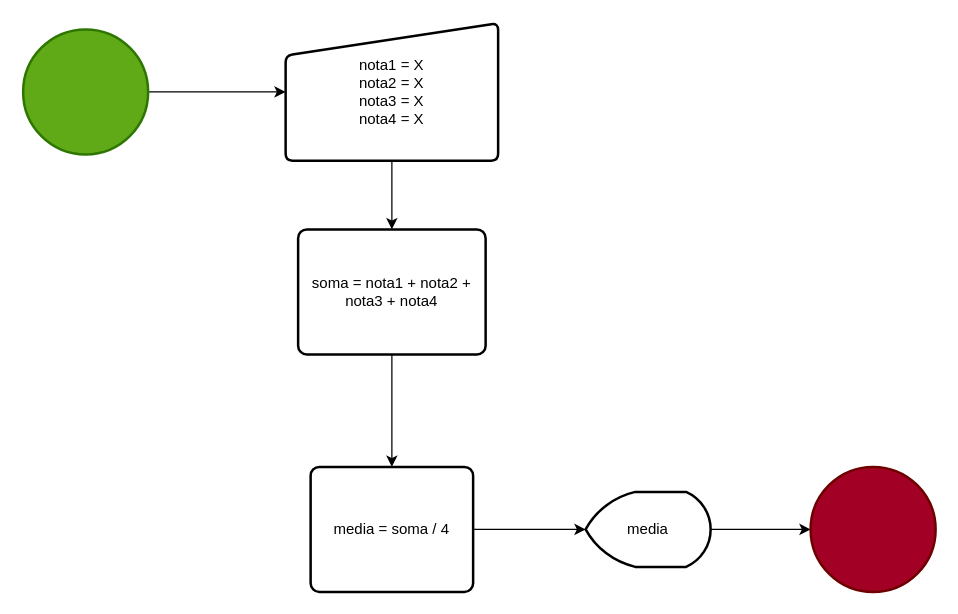
The draw.io diagram aulas/aula01/calculo_notas.drawio in aeciobrito/Logica-Programacao-Senac, before the edit. Source tidied: cells renumbered, new cells numbered last; positions are measured from the earlier drawing's top-left corner, leaving out a move shared by most shapes. Both pictures are drawn from the tidied source at 125%, with x=0, y=0 at pixel (22, 22).
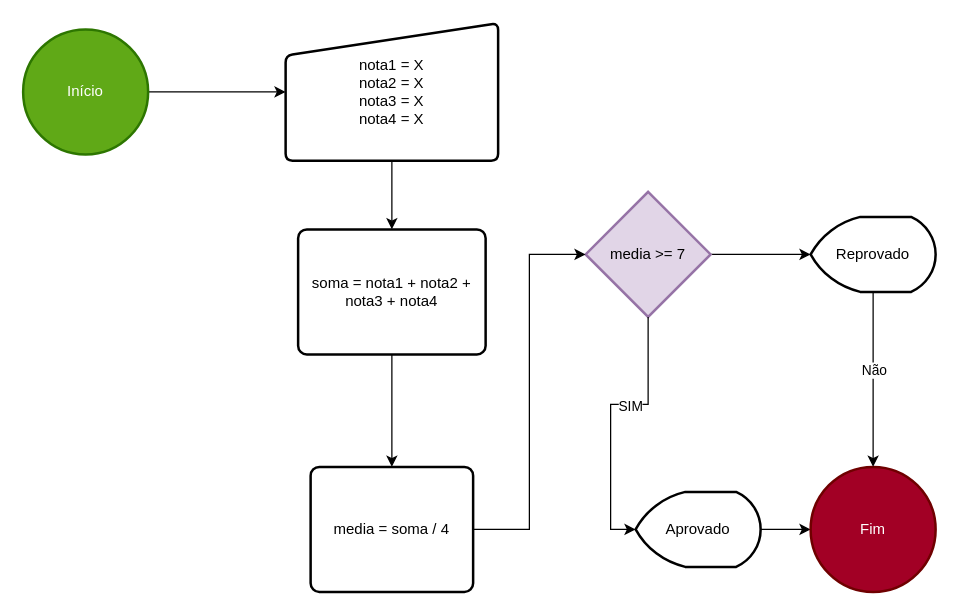
The same diagram, later.

Diff of the diagram source:
```diff
@@
 <mxGraphModel>
   <root>
     <mxCell id="0" />
     <mxCell id="1" parent="0" />
     <mxCell id="2" style="edgeStyle=none;html=1;entryX=0;entryY=0.5;entryDx=0;entryDy=0;" parent="1" edge="1" source="3" target="5">
       <mxGeometry relative="1" as="geometry" />
     </mxCell>
-    <mxCell id="3" style="strokeWidth=2;html=1;shape=mxgraph.flowchart.start_2;whiteSpace=wrap;fillColor=#60a917;fontColor=#ffffff;strokeColor=#2D7600;" parent="1" vertex="1">
+    <mxCell id="3" value="Início" style="strokeWidth=2;html=1;shape=mxgraph.flowchart.start_2;whiteSpace=wrap;fillColor=#60a917;fontColor=#ffffff;strokeColor=#2D7600;" parent="1" vertex="1">
       <mxGeometry y="5" width="100" height="100" as="geometry" />
     </mxCell>
     <mxCell id="4" style="edgeStyle=none;html=1;entryX=0.5;entryY=0;entryDx=0;entryDy=0;" parent="1" edge="1" source="5" target="7">
       <mxGeometry relative="1" as="geometry" />
     </mxCell>
     <mxCell id="5" value="nota1 = X&lt;br&gt;nota2 = X&lt;br&gt;nota3 = X&lt;br&gt;nota4 = X" style="html=1;strokeWidth=2;shape=manualInput;whiteSpace=wrap;rounded=1;size=26;arcSize=11;" parent="1" vertex="1">
       <mxGeometry x="210" width="170" height="110" as="geometry" />
     </mxCell>
     <mxCell id="6" style="edgeStyle=none;html=1;entryX=0.5;entryY=0;entryDx=0;entryDy=0;" parent="1" edge="1" source="7" target="9">
       <mxGeometry relative="1" as="geometry" />
     </mxCell>
     <mxCell id="7" value="soma = nota1 + nota2 + nota3 + nota4" style="rounded=1;whiteSpace=wrap;html=1;absoluteArcSize=1;arcSize=14;strokeWidth=2;" parent="1" vertex="1">
       <mxGeometry x="220" y="165" width="150" height="100" as="geometry" />
     </mxCell>
-    <mxCell id="8" style="edgeStyle=none;html=1;entryX=0;entryY=0.5;entryDx=0;entryDy=0;entryPerimeter=0;" parent="1" edge="1" source="9" target="11">
-      <mxGeometry relative="1" as="geometry" />
-    </mxCell>
     <mxCell id="9" value="media = soma / 4" style="rounded=1;whiteSpace=wrap;html=1;absoluteArcSize=1;arcSize=14;strokeWidth=2;" parent="1" vertex="1">
       <mxGeometry x="230" y="355" width="130" height="100" as="geometry" />
     </mxCell>
     <mxCell id="10" style="edgeStyle=none;html=1;entryX=0;entryY=0.5;entryDx=0;entryDy=0;entryPerimeter=0;" parent="1" edge="1" source="11" target="12">
       <mxGeometry relative="1" as="geometry" />
     </mxCell>
-    <mxCell id="11" value="media" style="strokeWidth=2;html=1;shape=mxgraph.flowchart.display;whiteSpace=wrap;" parent="1" vertex="1">
-      <mxGeometry x="450" y="375" width="100" height="60" as="geometry" />
+    <mxCell id="11" value="Aprovado" style="strokeWidth=2;html=1;shape=mxgraph.flowchart.display;whiteSpace=wrap;" parent="1" vertex="1">
+      <mxGeometry x="490" y="375" width="100" height="60" as="geometry" />
     </mxCell>
-    <mxCell id="12" style="strokeWidth=2;html=1;shape=mxgraph.flowchart.start_2;whiteSpace=wrap;fillColor=#a20025;fontColor=#ffffff;strokeColor=#6F0000;" parent="1" vertex="1">
+    <mxCell id="12" value="Fim" style="strokeWidth=2;html=1;shape=mxgraph.flowchart.start_2;whiteSpace=wrap;fillColor=#a20025;fontColor=#ffffff;strokeColor=#6F0000;" parent="1" vertex="1">
       <mxGeometry x="630" y="355" width="100" height="100" as="geometry" />
     </mxCell>
+    <mxCell id="13" style="edgeStyle=orthogonalEdgeStyle;rounded=0;jettySize=auto;html=1;entryX=0;entryY=0.5;entryDx=0;entryDy=0;entryPerimeter=0;" parent="1" edge="1" source="14" target="17">
+      <mxGeometry relative="1" as="geometry" />
+    </mxCell>
+    <mxCell id="14" value="media &amp;gt;= 7" style="strokeWidth=2;html=1;shape=mxgraph.flowchart.decision;whiteSpace=wrap;fillColor=#e1d5e7;strokeColor=#9673a6;" parent="1" vertex="1">
+      <mxGeometry x="450" y="135" width="100" height="100" as="geometry" />
+    </mxCell>
+    <mxCell id="15" style="edgeStyle=orthogonalEdgeStyle;rounded=0;jettySize=auto;html=1;entryX=0;entryY=0.5;entryDx=0;entryDy=0;entryPerimeter=0;" parent="1" edge="1" source="14" target="11">
+      <mxGeometry relative="1" as="geometry" />
+    </mxCell>
+    <mxCell id="16" value="SIM" style="edgeLabel;html=1;align=center;verticalAlign=middle;" parent="15" vertex="1">
+      <mxGeometry x="-0.23" y="1" relative="1" as="geometry" />
+    </mxCell>
+    <mxCell id="17" value="Reprovado" style="strokeWidth=2;html=1;shape=mxgraph.flowchart.display;whiteSpace=wrap;" parent="1" vertex="1">
+      <mxGeometry x="630" y="155" width="100" height="60" as="geometry" />
+    </mxCell>
+    <mxCell id="18" style="edgeStyle=orthogonalEdgeStyle;rounded=0;jettySize=auto;html=1;entryX=0.5;entryY=0;entryDx=0;entryDy=0;entryPerimeter=0;" parent="1" edge="1" source="17" target="12">
+      <mxGeometry relative="1" as="geometry" />
+    </mxCell>
+    <mxCell id="19" value="Não" style="edgeLabel;html=1;align=center;verticalAlign=middle;" parent="18" vertex="1">
+      <mxGeometry x="-0.12" relative="1" as="geometry" />
+    </mxCell>
+    <mxCell id="20" style="edgeStyle=orthogonalEdgeStyle;rounded=0;jettySize=auto;html=1;entryX=0;entryY=0.5;entryDx=0;entryDy=0;entryPerimeter=0;" parent="1" edge="1" source="9" target="14">
+      <mxGeometry relative="1" as="geometry" />
+    </mxCell>
   </root>
 </mxGraphModel>
```
